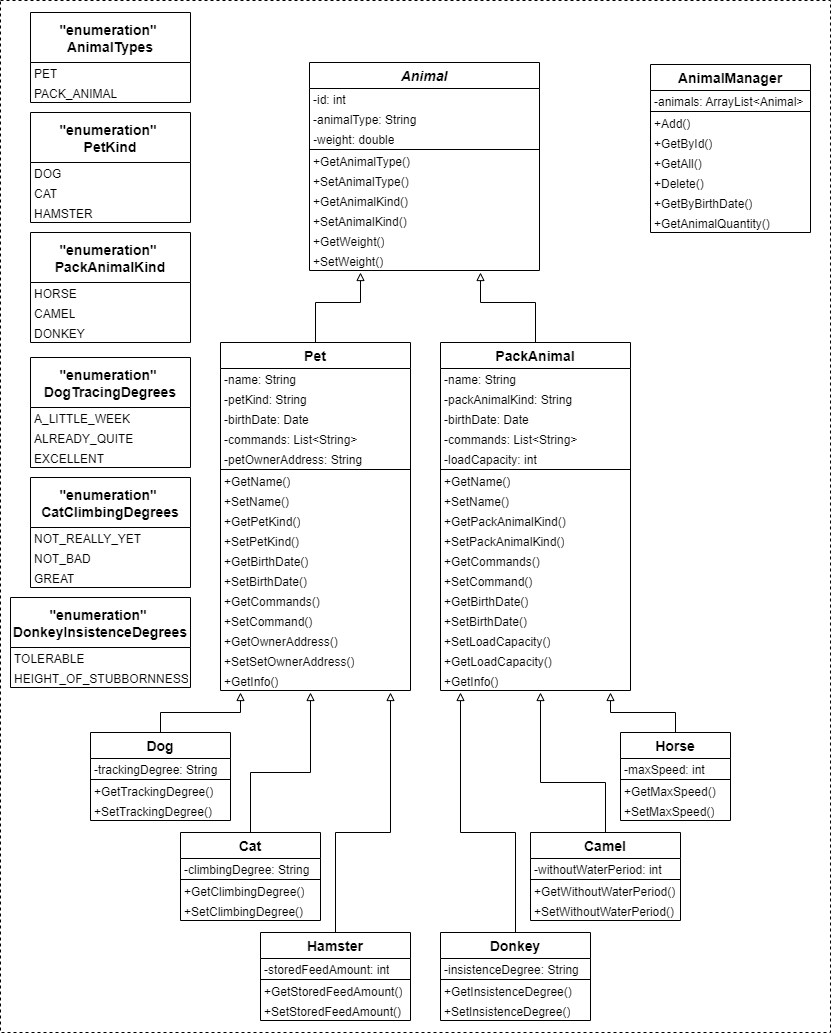
This is OOP_Java/ClassDiagram/app_class_diagram.png from PDV-geekbrains/The-final-task-of-the-first-year-of-study, a draw.io export, as it was before one commit. Source tidied: cells renumbered, new cells last; positions are measured from the earlier drawing's top-left corner, leaving out a move shared by most shapes.
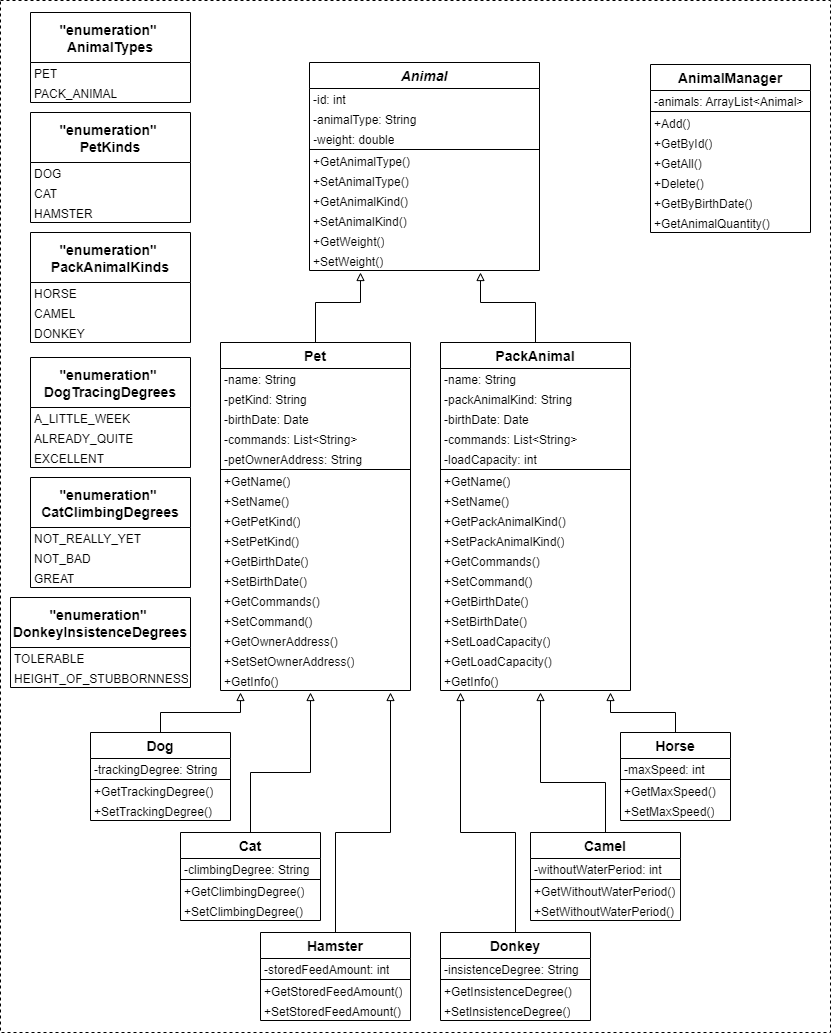
Above is the later version.

Commit message:
app_class_diagram changed.

The edit, as a diff of the source:
```diff
@@ -377,7 +377,7 @@
     <mxCell id="110" value="+GetAnimalQuantity()" style="text;strokeColor=none;fillColor=none;spacingLeft=4;spacingRight=4;overflow=hidden;fontSize=12;whiteSpace=wrap;html=1;spacing=0;" parent="102" vertex="1">
       <mxGeometry y="148" width="160" height="20" as="geometry" />
     </mxCell>
-    <mxCell id="111" value="&quot;enumeration&quot; &#10;PetKind" style="swimlane;fontStyle=1;horizontal=1;startSize=50;align=center;fontSize=14;" parent="1" vertex="1">
+    <mxCell id="111" value="&quot;enumeration&quot; &#10;PetKinds" style="swimlane;fontStyle=1;horizontal=1;startSize=50;align=center;fontSize=14;" parent="1" vertex="1">
       <mxGeometry x="30" y="112" width="160" height="110" as="geometry" />
     </mxCell>
     <mxCell id="112" value="DOG" style="text;strokeColor=none;fillColor=none;spacingLeft=4;spacingRight=4;overflow=hidden;fontSize=12;whiteSpace=wrap;html=1;spacing=0;" parent="111" vertex="1">
@@ -389,7 +389,7 @@
     <mxCell id="114" value="HAMSTER" style="text;strokeColor=none;fillColor=none;spacingLeft=4;spacingRight=4;overflow=hidden;fontSize=12;whiteSpace=wrap;html=1;spacing=0;" parent="111" vertex="1">
       <mxGeometry y="90" width="160" height="20" as="geometry" />
     </mxCell>
-    <mxCell id="115" value="&quot;enumeration&quot; &#10;PackAnimalKind" style="swimlane;fontStyle=1;horizontal=1;startSize=50;align=center;fontSize=14;" parent="1" vertex="1">
+    <mxCell id="115" value="&quot;enumeration&quot; &#10;PackAnimalKinds" style="swimlane;fontStyle=1;horizontal=1;startSize=50;align=center;fontSize=14;" parent="1" vertex="1">
       <mxGeometry x="30" y="232" width="160" height="110" as="geometry" />
     </mxCell>
     <mxCell id="116" value="HORSE" style="text;strokeColor=none;fillColor=none;spacingLeft=4;spacingRight=4;overflow=hidden;fontSize=12;whiteSpace=wrap;html=1;spacing=0;" parent="115" vertex="1">
```
